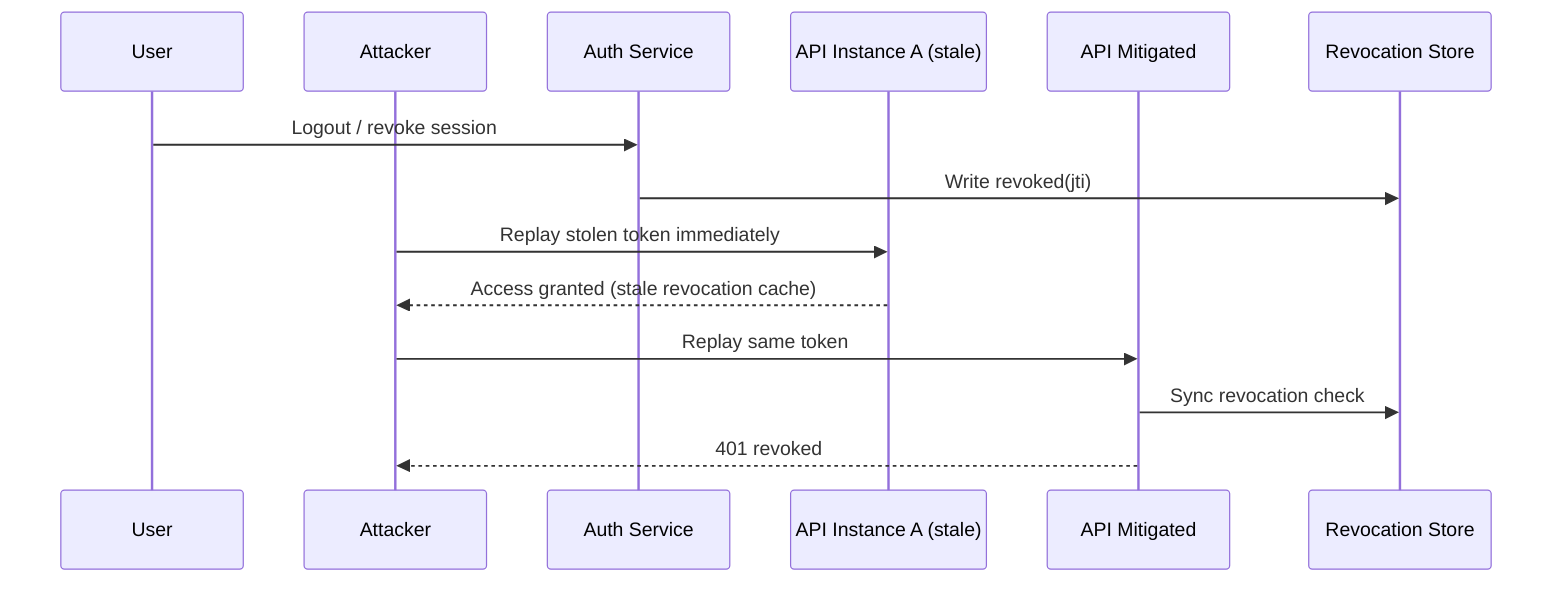
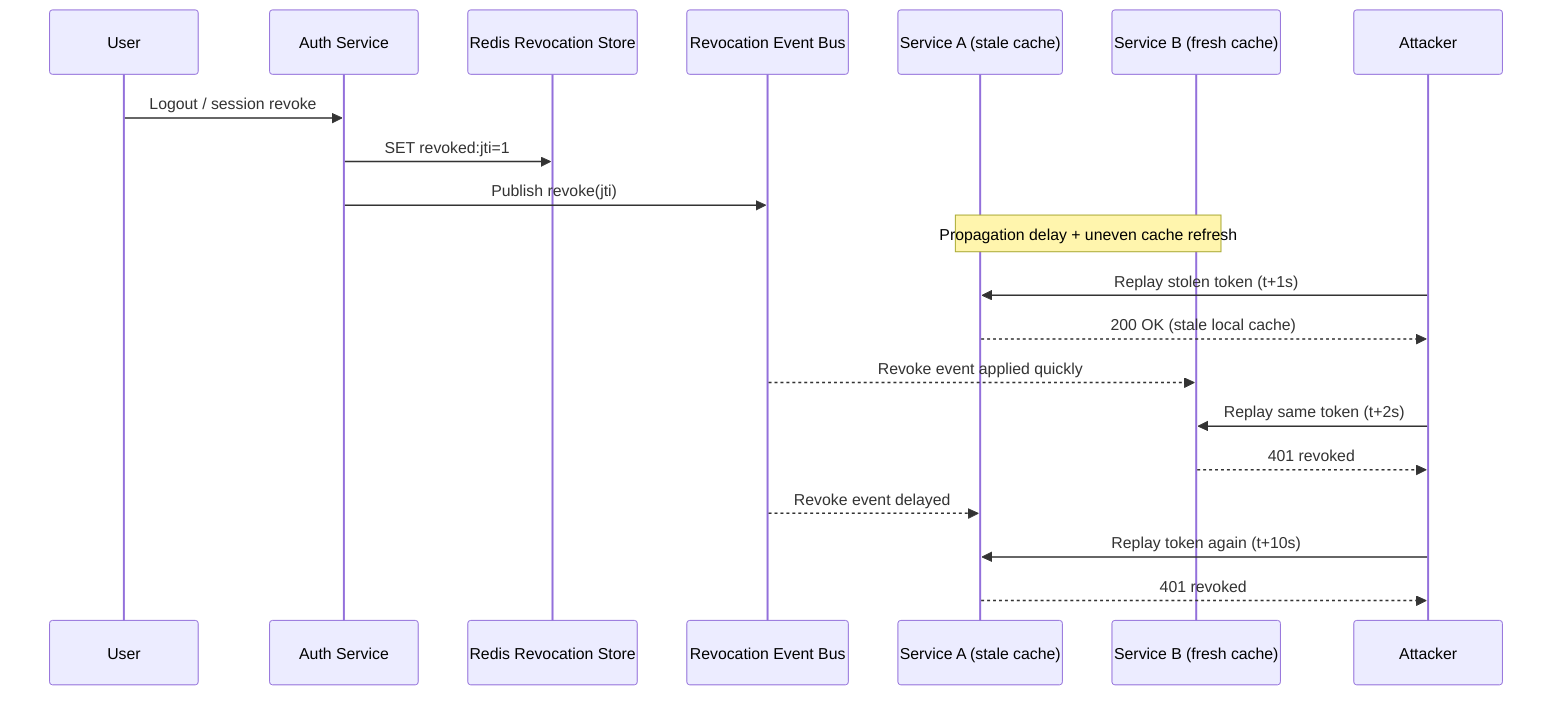
sequenceDiagram
-     participant U as User
+     participant User
+     participant IdP as Auth Service
+     participant Redis as Redis Revocation Store
+     participant Bus as Revocation Event Bus
+     participant A as Service A (stale cache)
+     participant B as Service B (fresh cache)
    participant Att as Attacker
-     participant IdP as Auth Service
-     participant APIA as API Instance A (stale)
-     participant APIM as API Mitigated
-     participant Redis as Revocation Store

-     U->>IdP: Logout / revoke session
-     IdP->>Redis: Write revoked(jti)
-     Att->>APIA: Replay stolen token immediately
-     APIA-->>Att: Access granted (stale revocation cache)
-     Att->>APIM: Replay same token
-     APIM->>Redis: Sync revocation check
-     APIM-->>Att: 401 revoked
+     User->>IdP: Logout / session revoke
+     IdP->>Redis: SET revoked:jti=1
+     IdP->>Bus: Publish revoke(jti)
+ 
+     Note over A,B: Propagation delay + uneven cache refresh
+ 
+     Att->>A: Replay stolen token (t+1s)
+     A-->>Att: 200 OK (stale local cache)
+ 
+     Bus-->>B: Revoke event applied quickly
+     Att->>B: Replay same token (t+2s)
+     B-->>Att: 401 revoked
+ 
+     Bus-->>A: Revoke event delayed
+     Att->>A: Replay token again (t+10s)
+     A-->>Att: 401 revoked
